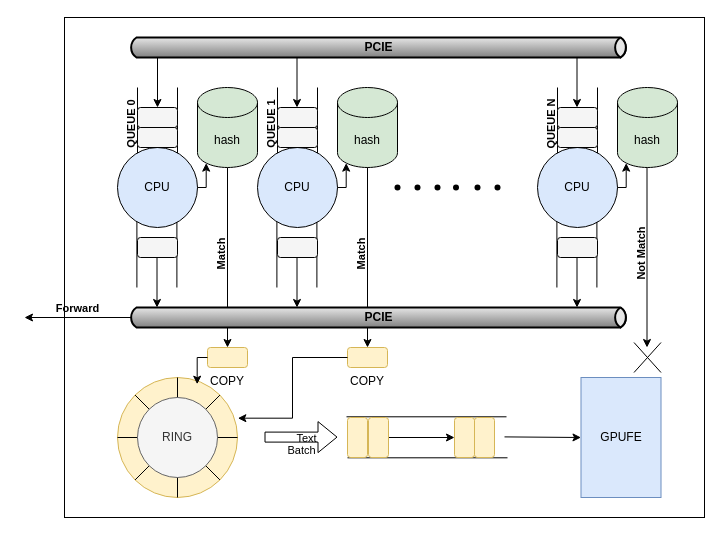
This is DPU_flowID.drawio from CHRIS123540/GPU, a draw.io file, before an edit. Source tidied: cells renumbered, new cells numbered last; positions are measured from the earlier drawing's top-left corner, leaving out a move shared by most shapes. Both pictures are drawn from the tidied source at 100%, with x=0, y=0 at pixel (24, 17).
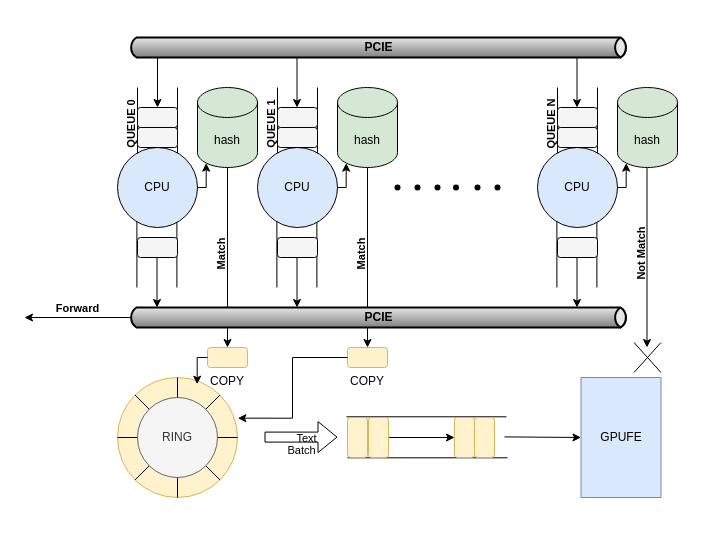
Above is the later version.

What changed in the source:
```diff
@@
-    <mxCell id="2" style="rounded=0;whiteSpace=wrap;html=1;labelBackgroundColor=none;" parent="1" vertex="1">
+    <mxCell id="2" style="rounded=0;whiteSpace=wrap;html=1;labelBackgroundColor=none;strokeColor=none;" parent="1" vertex="1">
       <mxGeometry x="40" width="640" height="500" as="geometry" />
     </mxCell>
```
